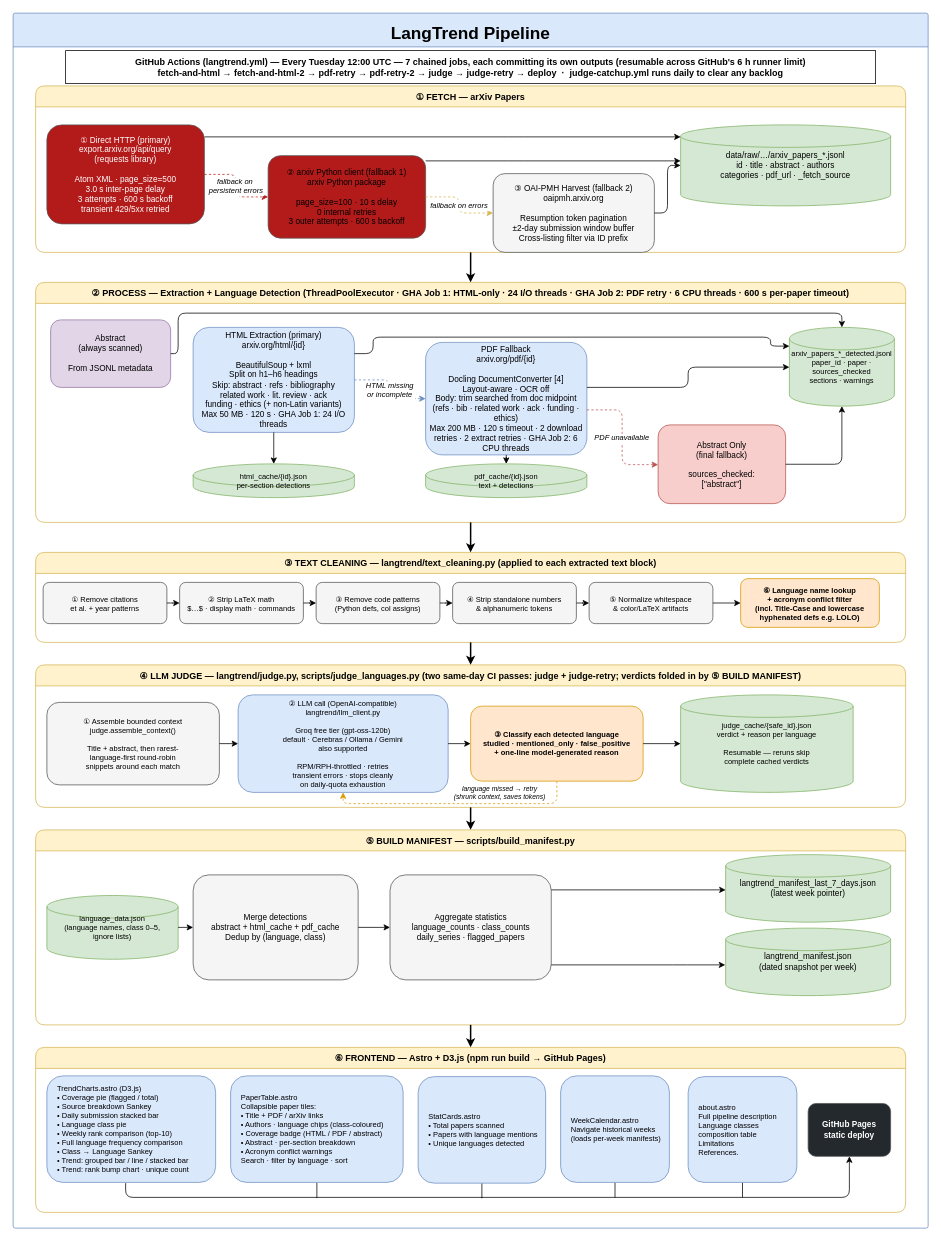
Above: docs/diagrams/langtrend_pipeline.drawio in kavindu-w/langtrend (draw.io), before the change. Source tidied: cells renumbered, new cells numbered last; positions are measured from the earlier drawing's top-left corner, leaving out a move shared by most shapes. Both pictures are drawn from the tidied source at 75%, with x=0, y=0 at pixel (13, 13).
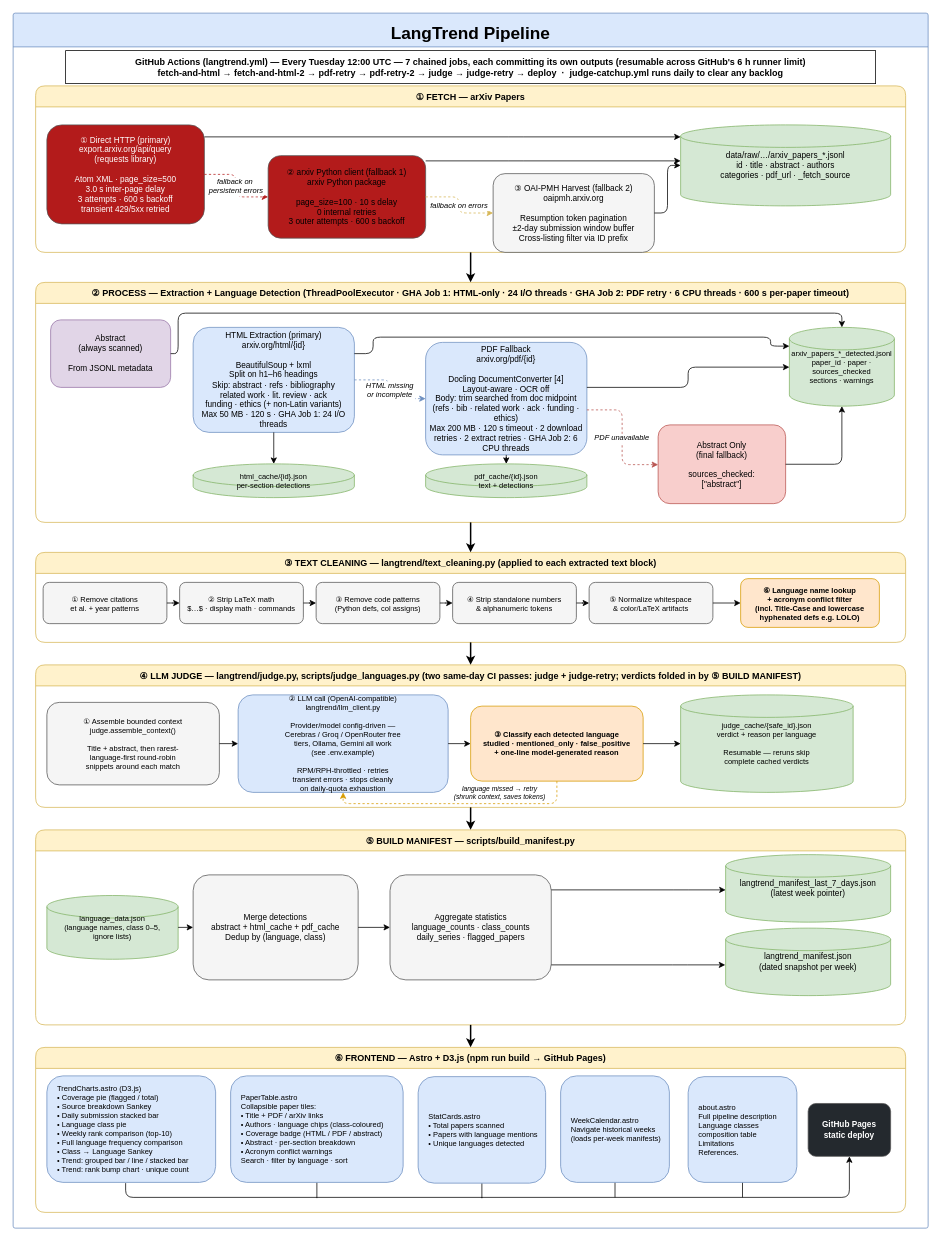
After the change.

Commit message (it also covers changes not shown here):
feat: switch and add openrouter fallback models support docs: readme is updated with judged model for latest week stats

Unchanged cells that the change refers to:
```xml
<mxCell id="41" value="④ LLM JUDGE — langtrend/judge.py, scripts/judge_languages.py  (two same-day CI passes: judge + judge-retry; verdicts folded in by ⑤ BUILD MANIFEST)" style="swimlane;startSize=28;fillColor=#fff2cc;strokeColor=#d6b656;fontSize=12;fontStyle=1;rounded=1;" parent="2" vertex="1">
  <mxGeometry x="30" y="869" width="1160" height="190" as="geometry" />
</mxCell>
```

Diff of the diagram source:
```diff
@@
-    <mxCell id="43" value="② LLM call (OpenAI-compatible)&#10;langtrend/llm_client.py&#10;&#10;Groq free tier (gpt-oss-120b)&#10;default · Cerebras / Ollama / Gemini&#10;also supported&#10;&#10;RPM/RPH-throttled · retries&#10;transient errors · stops cleanly&#10;on daily-quota exhaustion" style="rounded=1;whiteSpace=wrap;fillColor=#dae8fc;strokeColor=#6c8ebf;fontSize=10;" parent="41" vertex="1">
+    <mxCell id="43" value="② LLM call (OpenAI-compatible)&#10;langtrend/llm_client.py&#10;&#10;Provider/model config-driven —&#10;Cerebras / Groq / OpenRouter free&#10;tiers, Ollama, Gemini all work&#10;(see .env.example)&#10;&#10;RPM/RPH-throttled · retries&#10;transient errors · stops cleanly&#10;on daily-quota exhaustion" style="rounded=1;whiteSpace=wrap;fillColor=#dae8fc;strokeColor=#6c8ebf;fontSize=10;" parent="41" vertex="1">
       <mxGeometry x="270" y="40" width="280" height="130" as="geometry" />
     </mxCell>
```
